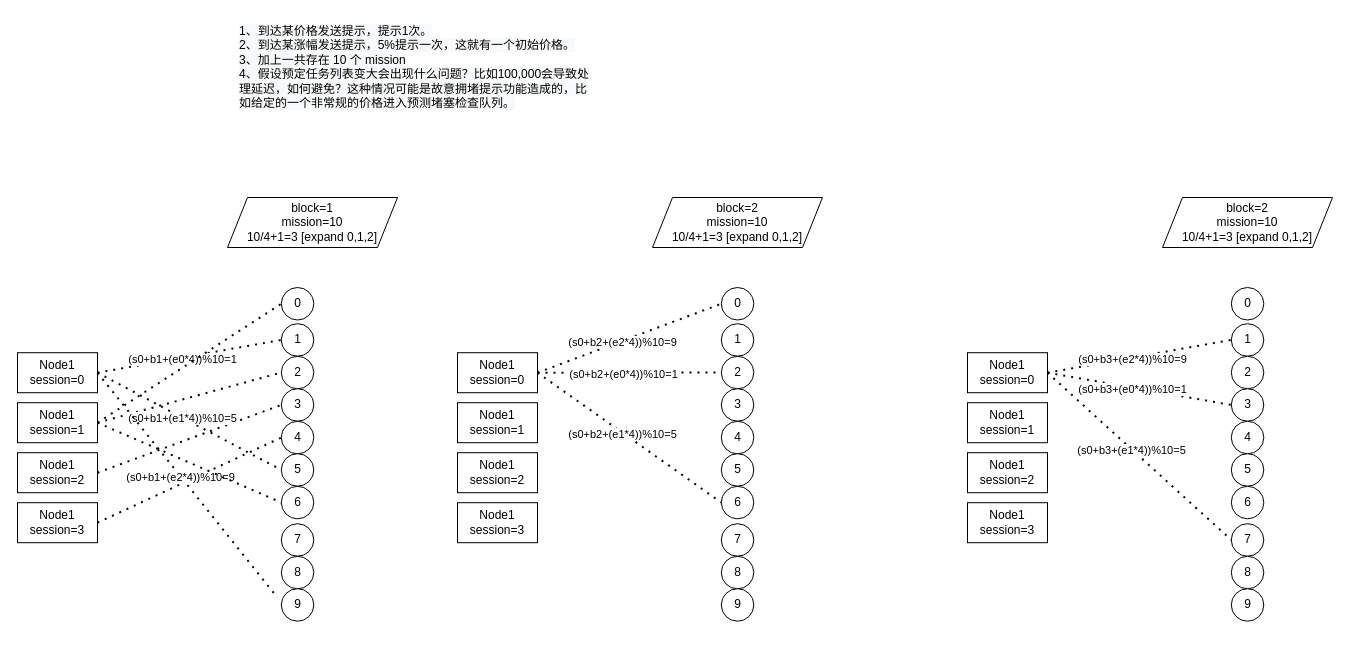
Above: page "Offchian扫描算法" (2 of 6) of 自动报价程序.drawio in kami1983/umls (draw.io), before the change. Source tidied: cells renumbered, new cells numbered last; positions are measured from the earlier drawing's top-left corner, leaving out a move shared by most shapes. Both pictures are drawn from the tidied source at 100%, with x=0, y=0 at pixel (17, 17).
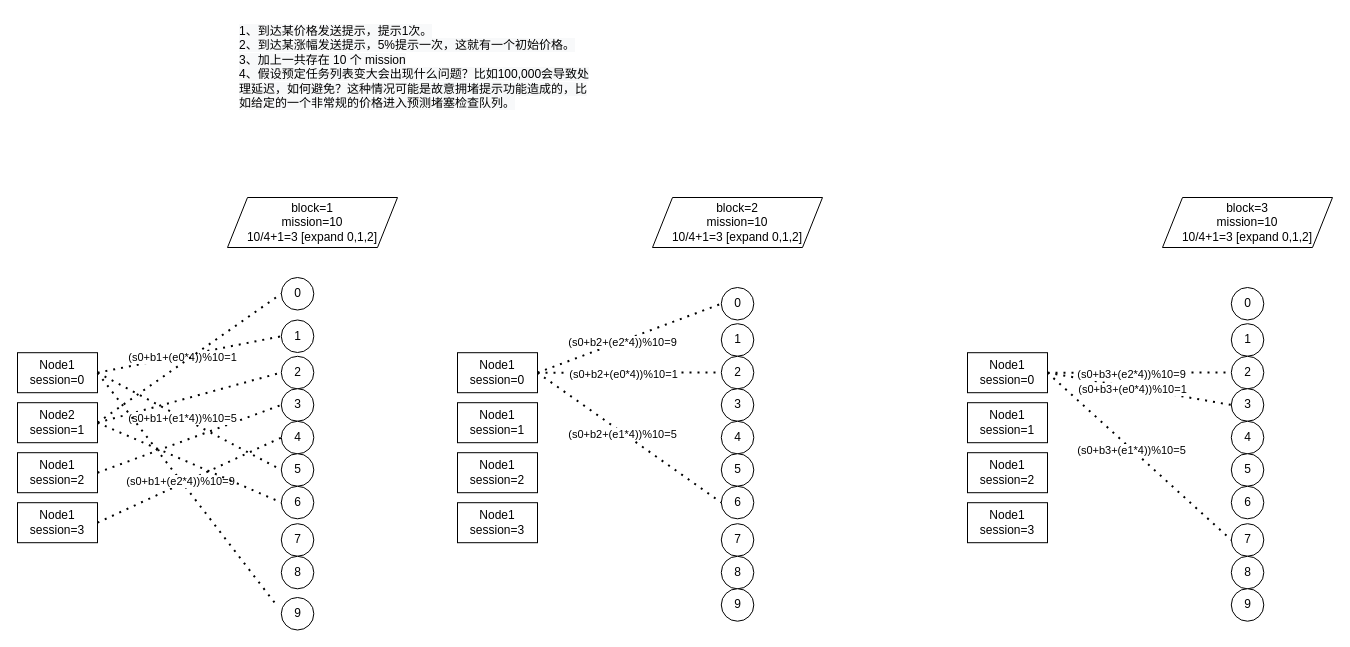
After the change.

Unchanged cells that the change refers to:
```xml
<mxCell id="50" value="Node1&lt;br&gt;session=0" style="rounded=0;whiteSpace=wrap;html=1;" parent="1" vertex="1">
  <mxGeometry x="950" y="335.2" width="80" height="40" as="geometry" />
</mxCell>
<mxCell id="57" value="1" style="ellipse;whiteSpace=wrap;html=1;" parent="1" vertex="1">
  <mxGeometry x="1213.8" y="306.2" width="32.5" height="32.5" as="geometry" />
</mxCell>
```

What changed in the source:
```diff
@@
-    <mxCell id="3" value="Node1&lt;br&gt;session=1" style="rounded=0;whiteSpace=wrap;html=1;" parent="1" vertex="1">
+    <mxCell id="3" value="Node2&lt;br&gt;session=1" style="rounded=0;whiteSpace=wrap;html=1;" parent="1" vertex="1">
       <mxGeometry y="385.2" width="80" height="40" as="geometry" />
     </mxCell>
@@
     <mxCell id="7" value="0" style="ellipse;whiteSpace=wrap;html=1;" parent="1" vertex="1">
-      <mxGeometry x="263.8" y="270" width="32.5" height="32.5" as="geometry" />
+      <mxGeometry x="263.8" y="260" width="32.5" height="32.5" as="geometry" />
     </mxCell>
@@
     <mxCell id="10" value="1" style="ellipse;whiteSpace=wrap;html=1;" parent="1" vertex="1">
-      <mxGeometry x="263.8" y="306.2" width="32.5" height="32.5" as="geometry" />
+      <mxGeometry x="263.8" y="302.5" width="32.5" height="32.5" as="geometry" />
     </mxCell>
@@
     <mxCell id="18" value="9" style="ellipse;whiteSpace=wrap;html=1;" parent="1" vertex="1">
-      <mxGeometry x="263.8" y="571.2" width="32.5" height="32.5" as="geometry" />
+      <mxGeometry x="263.8" y="580" width="32.5" height="32.5" as="geometry" />
     </mxCell>
@@
-    <mxCell id="49" value="block=2&lt;br&gt;mission=10&lt;br&gt;10/4+1=3 [expand 0,1,2]" style="shape=parallelogram;perimeter=parallelogramPerimeter;whiteSpace=wrap;html=1;fixedSize=1;" parent="1" vertex="1">
+    <mxCell id="49" value="block=3&lt;br&gt;mission=10&lt;br&gt;10/4+1=3 [expand 0,1,2]" style="shape=parallelogram;perimeter=parallelogramPerimeter;whiteSpace=wrap;html=1;fixedSize=1;" parent="1" vertex="1">
       <mxGeometry x="1145" y="180" width="170" height="50" as="geometry" />
     </mxCell>
@@
-    <mxCell id="68" style="endArrow=none;dashed=1;html=1;dashPattern=1 3;strokeWidth=2;rounded=0;exitX=1;exitY=0.5;exitDx=0;exitDy=0;entryX=0;entryY=0.5;entryDx=0;entryDy=0;" parent="1" edge="1" source="50" target="57">
-      <mxGeometry relative="1" as="geometry" />
+    <mxCell id="68" style="endArrow=none;dashed=1;html=1;dashPattern=1 3;strokeWidth=2;rounded=0;exitX=1;exitY=0.5;exitDx=0;exitDy=0;" parent="1" edge="1" source="50">
+      <mxGeometry relative="1" as="geometry">
+        <mxPoint x="1210" y="355" as="targetPoint" />
+      </mxGeometry>
     </mxCell>
```
